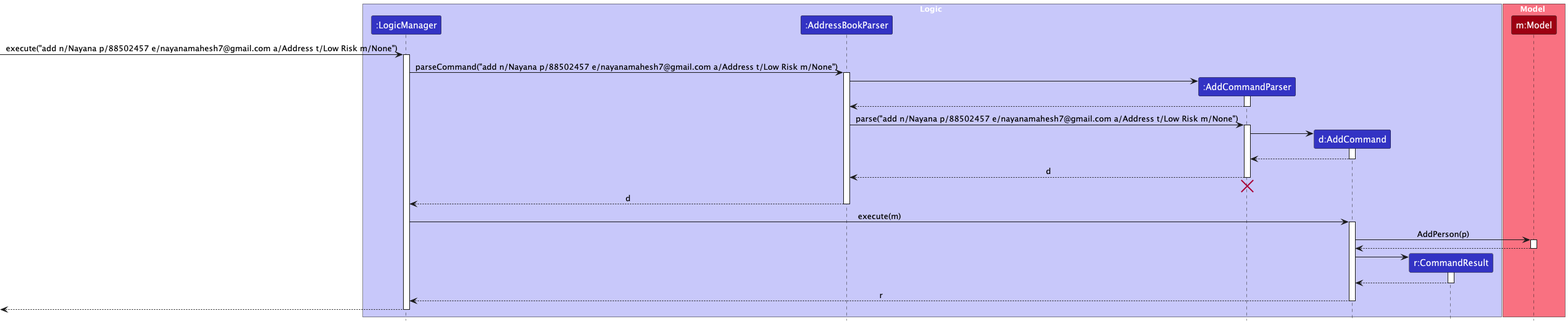
This is docs/images/AddCommandSequenceDiagram.png from nus-cs2103-AY2425S1/tp, a PlantUML export, as it was before one commit.
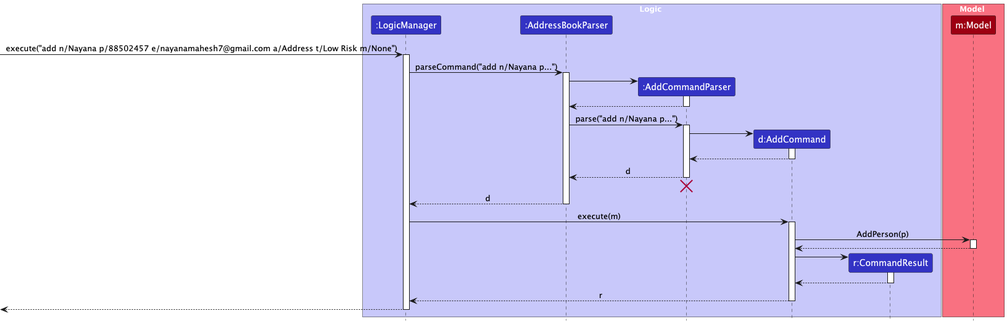
The same diagram one commit later.

Diff of the diagram source:
```diff
@@ -17,7 +17,7 @@
 [-> LogicManager : execute("add n/Nayana p/88502457 e/nayanamahesh7@gmail.com a/Address t/Low Risk m/None")
 activate LogicManager
 
-LogicManager -> AddressBookParser : parseCommand("add n/Nayana p/88502457 e/nayanamahesh7@gmail.com a/Address t/Low Risk m/None")
+LogicManager -> AddressBookParser : parseCommand("add n/Nayana p...")
 activate AddressBookParser
 
 create AddCommandParser
@@ -27,7 +27,7 @@
 AddCommandParser --> AddressBookParser
 deactivate AddCommandParser
 
-AddressBookParser -> AddCommandParser : parse("add n/Nayana p/88502457 e/nayanamahesh7@gmail.com a/Address t/Low Risk m/None")
+AddressBookParser -> AddCommandParser : parse("add n/Nayana p...")
 activate AddCommandParser
 
 create AddCommand
```
